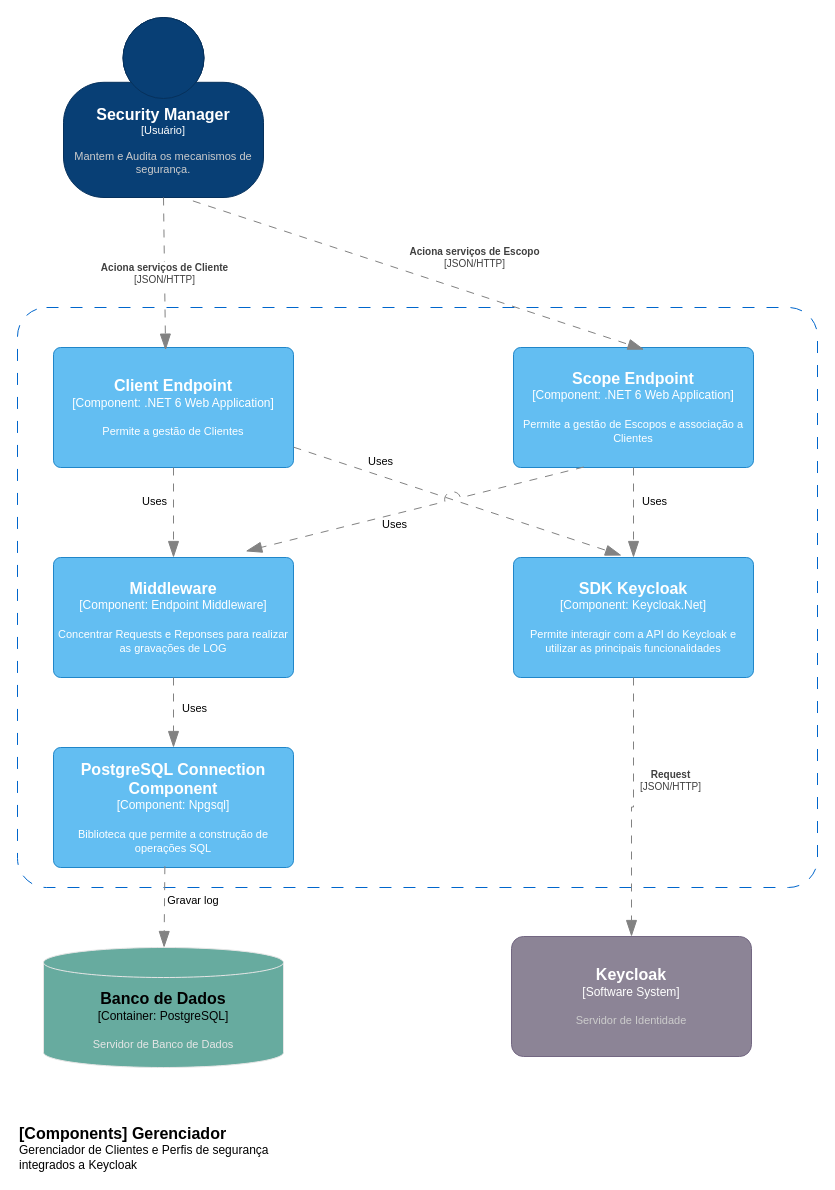
Before: page "Componente - Gerenciador" (4 of 8) of Sprint 1/Projeto Aplicado.drawio in luisfabiosm/Projeto-Aplicado, a draw.io diagram. Source tidied: cells renumbered, new cells numbered last; positions are measured from the earlier drawing's top-left corner, leaving out a move shared by most shapes. Both pictures are drawn from the tidied source at 100%, with x=0, y=0 at pixel (17, 17).
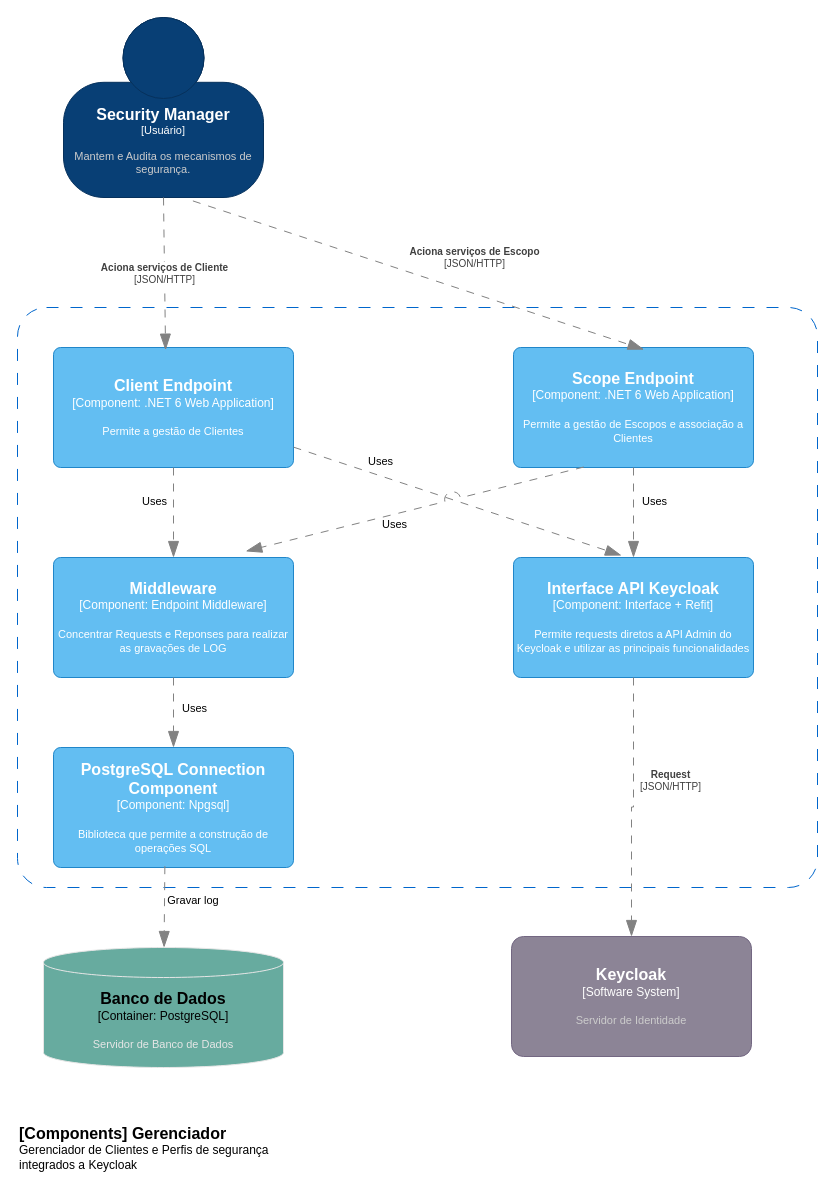
Above is the later version.

The edit, as a diff of the source:
```diff
@@
-    <object id="10" label="&lt;font style=&quot;font-size: 16px&quot;&gt;&lt;b&gt;%c4Name%&lt;/b&gt;&lt;/font&gt;&lt;div&gt;[%c4Type%: %c4Technology%]&lt;/div&gt;&lt;br&gt;&lt;div&gt;&lt;font style=&quot;font-size: 11px&quot;&gt;%c4Description%&lt;/font&gt;&lt;/div&gt;" c4Description="Permite interagir com a API do Keycloak e utilizar as principais funcionalidades" c4Name="SDK Keycloak" c4Technology="Keycloak.Net" c4Type="Component" placeholders="1">
+    <object id="10" label="&lt;font style=&quot;font-size: 16px&quot;&gt;&lt;b&gt;%c4Name%&lt;/b&gt;&lt;/font&gt;&lt;div&gt;[%c4Type%: %c4Technology%]&lt;/div&gt;&lt;br&gt;&lt;div&gt;&lt;font style=&quot;font-size: 11px&quot;&gt;%c4Description%&lt;/font&gt;&lt;/div&gt;" c4Description="Permite requests diretos a API Admin do Keycloak e utilizar as principais funcionalidades" c4Name="Interface API Keycloak" c4Technology="Interface + Refit" c4Type="Component" placeholders="1">
       <mxCell style="rounded=1;whiteSpace=wrap;html=1;labelBackgroundColor=none;fillColor=#63BEF2;fontColor=#ffffff;align=center;arcSize=6;strokeColor=#2086C9;points=[[0.25,0,0],[0.5,0,0],[0.75,0,0],[1,0.25,0],[1,0.5,0],[1,0.75,0],[0.75,1,0],[0.5,1,0],[0.25,1,0],[0,0.75,0],[0,0.5,0],[0,0.25,0]];" parent="1" vertex="1">
         <mxGeometry x="496" y="540" width="240" height="120" as="geometry" />
       </mxCell>
     </object>
```
